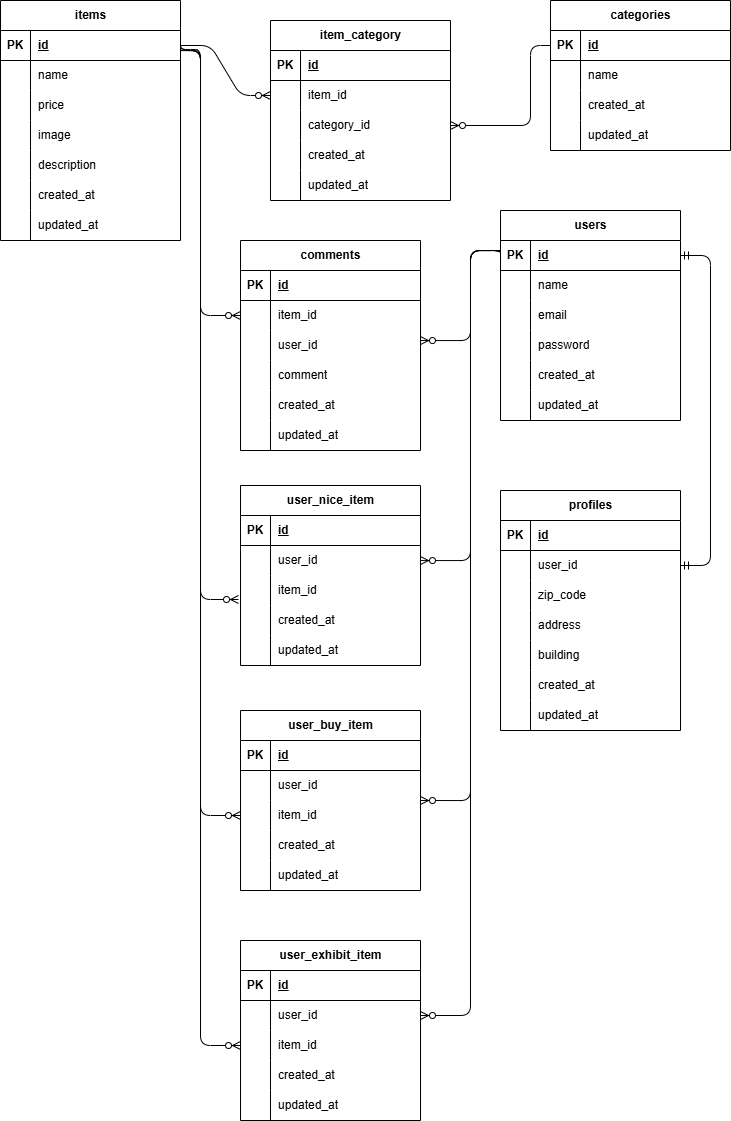
Earlier version of the draw.io export ER.drawio.png (shinzawa/tsutomu-mogi1). Source tidied: cells renumbered, new cells last; positions are measured from the earlier drawing's top-left corner, leaving out a move shared by most shapes.
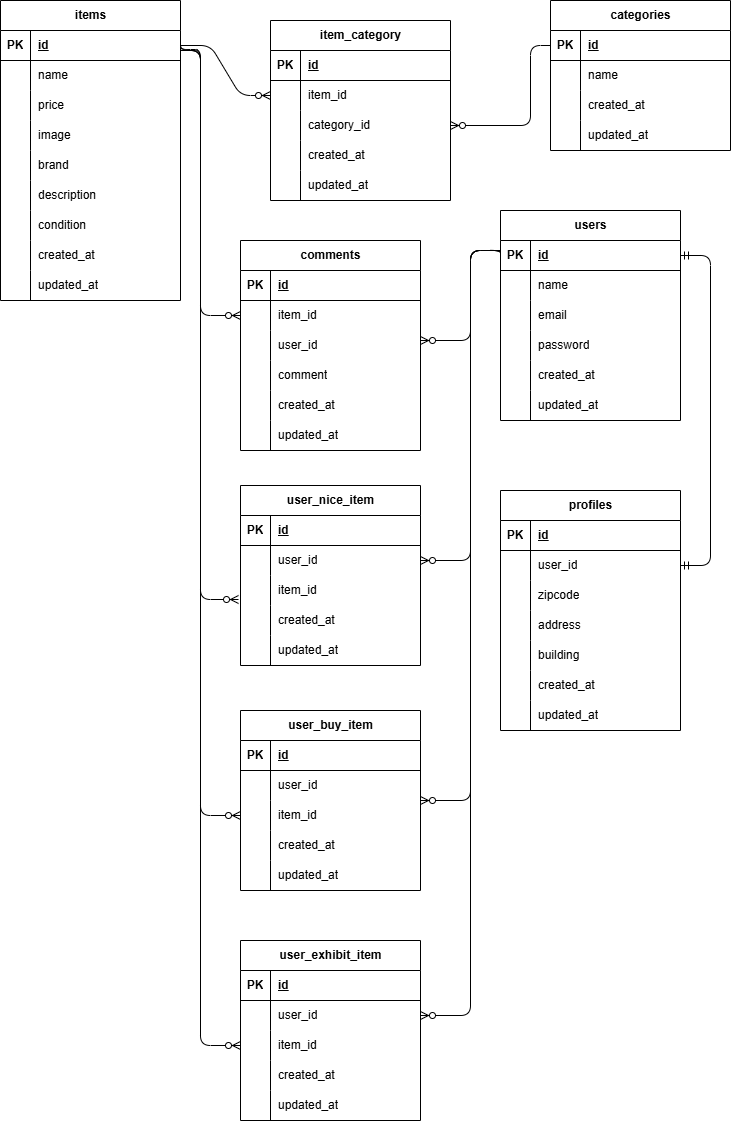
After the commit.

The edit, as a diff of the source:
```diff
@@ -3,7 +3,7 @@
     <mxCell id="0" />
     <mxCell id="1" parent="0" />
     <mxCell id="2" value="items" style="shape=table;startSize=30;rowLines=0;fontStyle=1;align=center;html=1;" parent="1" vertex="1">
-      <mxGeometry width="180" height="240" as="geometry" />
+      <mxGeometry width="180" height="300" as="geometry" />
     </mxCell>
     <mxCell id="3" style="shape=tableRow;horizontal=0;startSize=0;swimlaneHead=0;swimlaneBody=0;fillColor=none;points=[[0,0.5],[1,0.5]];portConstraint=eastwest;top=0;left=0;right=0;bottom=1;" parent="2" vertex="1">
       <mxGeometry y="30" width="180" height="30" as="geometry" />
@@ -41,31 +41,49 @@
     <mxCell id="14" value="image" style="shape=partialRectangle;fillColor=none;top=0;left=0;bottom=0;right=0;align=left;spacingLeft=6;overflow=hidden;whiteSpace=wrap;html=1;" parent="12" vertex="1">
       <mxGeometry x="30" width="150" height="30" as="geometry" />
     </mxCell>
-    <mxCell id="15" style="shape=tableRow;horizontal=0;startSize=0;swimlaneHead=0;swimlaneBody=0;fillColor=none;top=0;left=0;right=0;bottom=0;" parent="2" vertex="1">
-      <mxGeometry y="150" width="180" height="30" as="geometry" />
-    </mxCell>
-    <mxCell id="16" style="shape=partialRectangle;fillColor=none;top=0;left=0;bottom=0;right=0;overflow=hidden;whiteSpace=wrap;html=1;" parent="15" vertex="1">
-      <mxGeometry width="30" height="30" as="geometry" />
-    </mxCell>
-    <mxCell id="17" value="description" style="shape=partialRectangle;fillColor=none;top=0;left=0;bottom=0;right=0;align=left;spacingLeft=6;overflow=hidden;whiteSpace=wrap;html=1;" parent="15" vertex="1">
-      <mxGeometry x="30" width="150" height="30" as="geometry" />
-    </mxCell>
     <mxCell id="18" style="shape=tableRow;horizontal=0;startSize=0;swimlaneHead=0;swimlaneBody=0;fillColor=none;top=0;left=0;right=0;bottom=0;" parent="2" vertex="1">
-      <mxGeometry y="180" width="180" height="30" as="geometry" />
+      <mxGeometry y="150" width="180" height="30" as="geometry" />
     </mxCell>
     <mxCell id="19" style="shape=partialRectangle;fillColor=none;top=0;left=0;bottom=0;right=0;overflow=hidden;whiteSpace=wrap;html=1;" parent="18" vertex="1">
       <mxGeometry width="30" height="30" as="geometry" />
     </mxCell>
-    <mxCell id="20" value="created_at" style="shape=partialRectangle;fillColor=none;top=0;left=0;bottom=0;right=0;align=left;spacingLeft=6;overflow=hidden;whiteSpace=wrap;html=1;" parent="18" vertex="1">
+    <mxCell id="20" value="brand" style="shape=partialRectangle;fillColor=none;top=0;left=0;bottom=0;right=0;align=left;spacingLeft=6;overflow=hidden;whiteSpace=wrap;html=1;" parent="18" vertex="1">
       <mxGeometry x="30" width="150" height="30" as="geometry" />
     </mxCell>
+    <mxCell id="172" style="shape=tableRow;horizontal=0;startSize=0;swimlaneHead=0;swimlaneBody=0;fillColor=none;top=0;left=0;right=0;bottom=0;" parent="2" vertex="1">
+      <mxGeometry y="180" width="180" height="30" as="geometry" />
+    </mxCell>
+    <mxCell id="173" style="shape=partialRectangle;fillColor=none;top=0;left=0;bottom=0;right=0;overflow=hidden;whiteSpace=wrap;html=1;" parent="172" vertex="1">
+      <mxGeometry width="30" height="30" as="geometry" />
+    </mxCell>
+    <mxCell id="17" value="description" style="shape=partialRectangle;fillColor=none;top=0;left=0;bottom=0;right=0;align=left;spacingLeft=6;overflow=hidden;whiteSpace=wrap;html=1;" parent="172" vertex="1">
+      <mxGeometry x="30" width="150" height="30" as="geometry" />
+    </mxCell>
     <mxCell id="21" style="shape=tableRow;horizontal=0;startSize=0;swimlaneHead=0;swimlaneBody=0;fillColor=none;top=0;left=0;right=0;bottom=0;" parent="2" vertex="1">
       <mxGeometry y="210" width="180" height="30" as="geometry" />
     </mxCell>
-    <mxCell id="22" style="shape=partialRectangle;fillColor=none;top=0;left=0;bottom=0;right=0;overflow=hidden;whiteSpace=wrap;html=1;" parent="21" vertex="1">
-      <mxGeometry width="30" height="30" as="geometry" />
-    </mxCell>
+    <mxCell id="174" style="shape=partialRectangle;fillColor=none;top=0;left=0;bottom=0;right=0;overflow=hidden;whiteSpace=wrap;html=1;" parent="21" vertex="1">
+      <mxGeometry width="30" height="30" as="geometry" />
+    </mxCell>
+    <mxCell id="175" value="condition" style="shape=partialRectangle;fillColor=none;top=0;left=0;bottom=0;right=0;align=left;spacingLeft=6;overflow=hidden;whiteSpace=wrap;html=1;" parent="21" vertex="1">
+      <mxGeometry x="30" width="150" height="30" as="geometry" />
+    </mxCell>
+    <mxCell id="176" style="shape=tableRow;horizontal=0;startSize=0;swimlaneHead=0;swimlaneBody=0;fillColor=none;top=0;left=0;right=0;bottom=0;" parent="2" vertex="1">
+      <mxGeometry y="240" width="180" height="30" as="geometry" />
+    </mxCell>
+    <mxCell id="177" style="shape=partialRectangle;fillColor=none;top=0;left=0;bottom=0;right=0;overflow=hidden;whiteSpace=wrap;html=1;" parent="176" vertex="1">
+      <mxGeometry width="30" height="30" as="geometry" />
+    </mxCell>
+    <mxCell id="178" value="created_at" style="shape=partialRectangle;fillColor=none;top=0;left=0;bottom=0;right=0;align=left;spacingLeft=6;overflow=hidden;whiteSpace=wrap;html=1;" parent="176" vertex="1">
+      <mxGeometry x="30" width="150" height="30" as="geometry" />
+    </mxCell>
+    <mxCell id="179" style="shape=tableRow;horizontal=0;startSize=0;swimlaneHead=0;swimlaneBody=0;fillColor=none;top=0;left=0;right=0;bottom=0;" parent="2" vertex="1">
+      <mxGeometry y="270" width="180" height="30" as="geometry" />
+    </mxCell>
+    <mxCell id="180" style="shape=partialRectangle;fillColor=none;top=0;left=0;bottom=0;right=0;overflow=hidden;whiteSpace=wrap;html=1;" parent="179" vertex="1">
+      <mxGeometry width="30" height="30" as="geometry" />
+    </mxCell>
-    <mxCell id="23" value="updated_at" style="shape=partialRectangle;fillColor=none;top=0;left=0;bottom=0;right=0;align=left;spacingLeft=6;overflow=hidden;whiteSpace=wrap;html=1;" parent="21" vertex="1">
+    <mxCell id="23" value="updated_at" style="shape=partialRectangle;fillColor=none;top=0;left=0;bottom=0;right=0;align=left;spacingLeft=6;overflow=hidden;whiteSpace=wrap;html=1;" parent="179" vertex="1">
       <mxGeometry x="30" width="150" height="30" as="geometry" />
     </mxCell>
     <mxCell id="24" value="categories" style="shape=table;startSize=30;rowLines=0;fontStyle=1;align=center;html=1;" parent="1" vertex="1">
@@ -250,7 +268,7 @@
     <mxCell id="82" style="shape=partialRectangle;fillColor=none;top=0;left=0;bottom=0;right=0;overflow=hidden;whiteSpace=wrap;html=1;" parent="81" vertex="1">
       <mxGeometry width="30" height="30" as="geometry" />
     </mxCell>
-    <mxCell id="83" value="zip_code" style="shape=partialRectangle;fillColor=none;top=0;left=0;bottom=0;right=0;align=left;spacingLeft=6;overflow=hidden;whiteSpace=wrap;html=1;" parent="81" vertex="1">
+    <mxCell id="83" value="zipcode" style="shape=partialRectangle;fillColor=none;top=0;left=0;bottom=0;right=0;align=left;spacingLeft=6;overflow=hidden;whiteSpace=wrap;html=1;" parent="81" vertex="1">
       <mxGeometry x="30" width="150" height="30" as="geometry" />
     </mxCell>
     <mxCell id="84" style="shape=tableRow;horizontal=0;startSize=0;swimlaneHead=0;swimlaneBody=0;fillColor=none;top=0;left=0;right=0;bottom=0;" parent="74" vertex="1">
```
